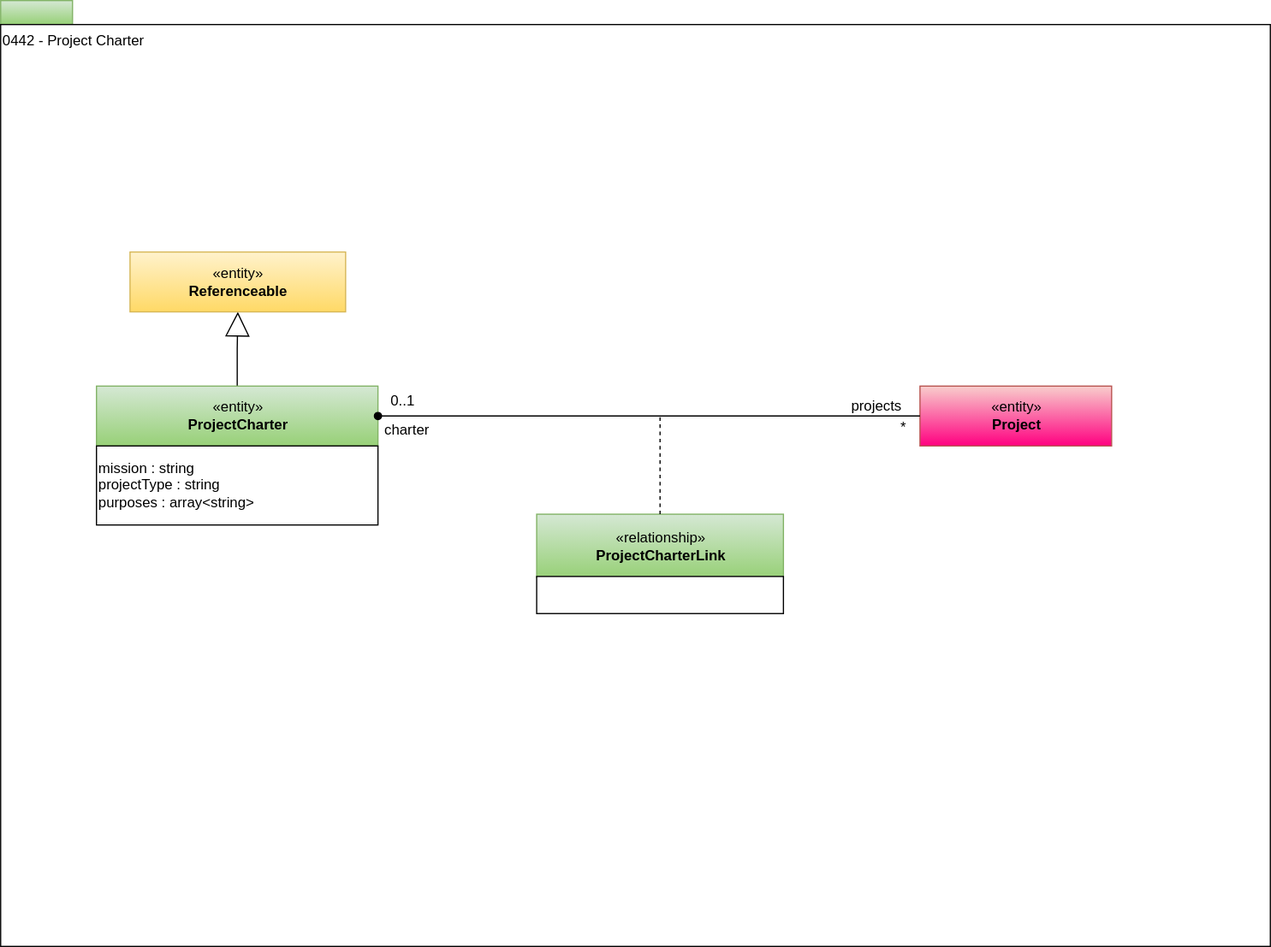
Earlier version of the draw.io export site/docs/types/4/0442-Project-Charter.svg (odpi/egeria-docs). Source tidied: cells renumbered, new cells last; positions are measured from the earlier drawing's top-left corner, leaving out a move shared by most shapes.
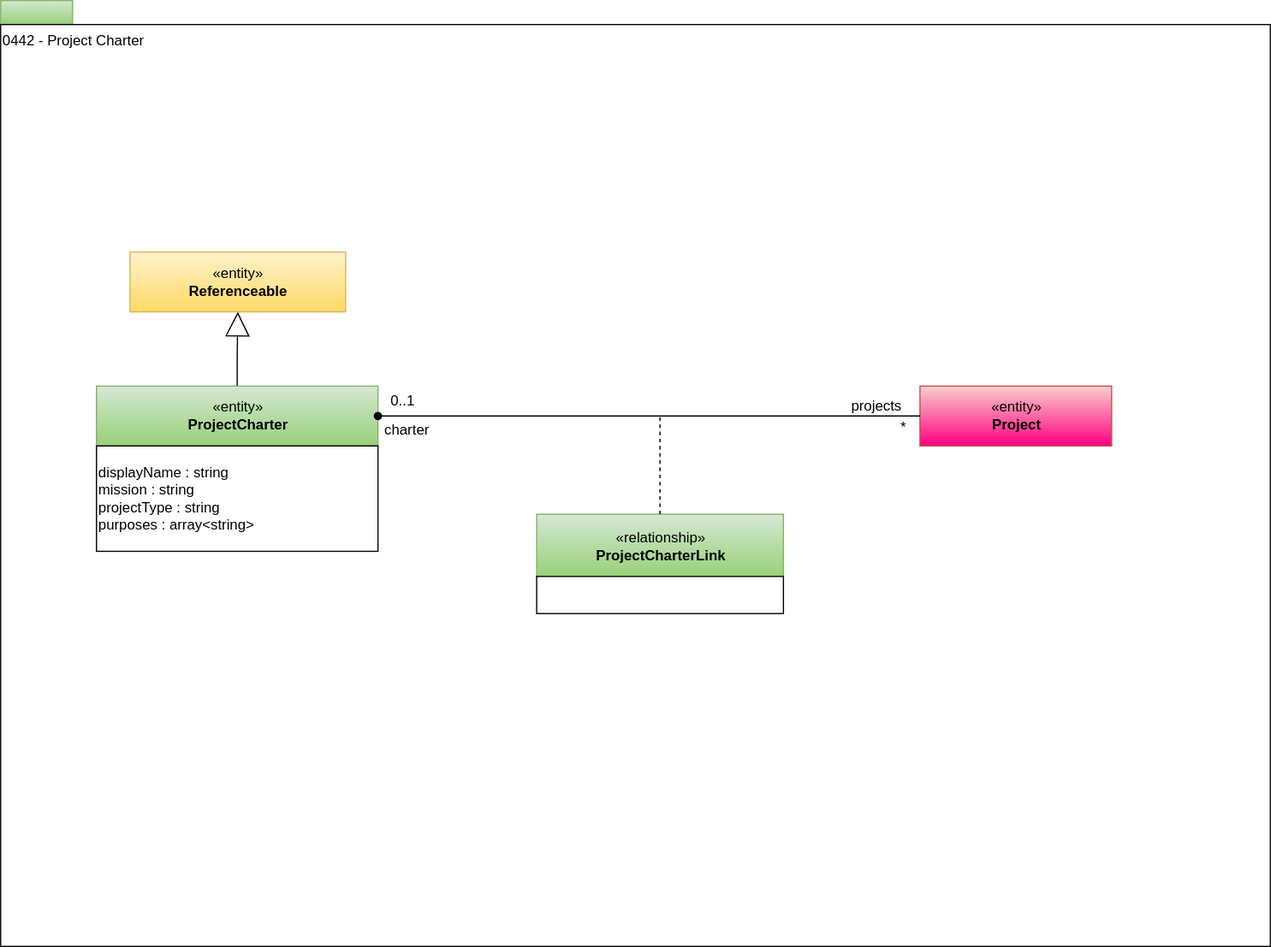
After the change.

The edit, as a diff of the source:
```diff
@@ -17,8 +17,8 @@
     <mxCell id="6" value="«entity»&lt;br&gt;&lt;b&gt;Referenceable&lt;/b&gt;" style="html=1;strokeColor=#d6b656;align=center;fillColor=#fff2cc;gradientColor=#ffd966;" parent="1" vertex="1">
       <mxGeometry x="108" y="210" width="180" height="50" as="geometry" />
     </mxCell>
-    <mxCell id="7" value="mission : string&lt;br&gt;projectType : string&lt;br&gt;purposes : array&amp;lt;string&amp;gt;" style="rounded=0;whiteSpace=wrap;html=1;strokeColor=#000000;gradientColor=#ffffff;align=left;" parent="1" vertex="1">
-      <mxGeometry x="80" y="372" width="235" height="66" as="geometry" />
+    <mxCell id="7" value="displayName : string&lt;br&gt;mission : string&lt;br&gt;projectType : string&lt;br&gt;purposes : array&amp;lt;string&amp;gt;" style="rounded=0;whiteSpace=wrap;html=1;strokeColor=#000000;gradientColor=#ffffff;align=left;" parent="1" vertex="1">
+      <mxGeometry x="80" y="372" width="235" height="88" as="geometry" />
     </mxCell>
     <mxCell id="8" value="«entity»&lt;br&gt;&lt;b&gt;Project&lt;/b&gt;" style="html=1;strokeColor=#b85450;align=center;fillColor=#f8cecc;gradientColor=#FF0080;" parent="1" vertex="1">
       <mxGeometry x="767.5" y="322" width="160" height="50" as="geometry" />
```
